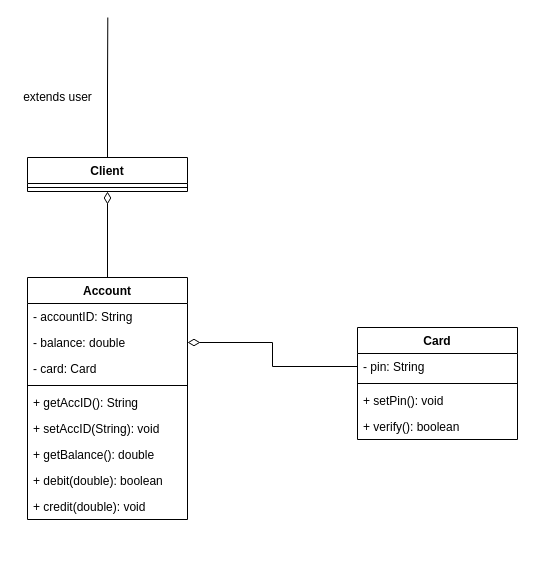
The draw.io diagram Account uml.drawio in John-Ad/prg2-group-project, before the edit. Source tidied: cells renumbered, new cells numbered last; positions are measured from the earlier drawing's top-left corner, leaving out a move shared by most shapes. Both pictures are drawn from the tidied source at 100%, with x=0, y=0 at pixel (17, 17).
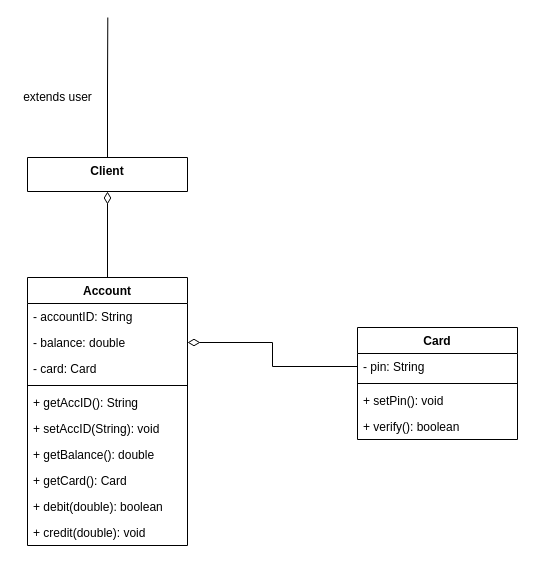
The same page after the edit.

The edit, as a diff of the source:
```diff
@@
     <mxCell id="8" value="Account" style="swimlane;fontStyle=1;align=center;verticalAlign=top;horizontal=1;startSize=26;" parent="1" vertex="1">
-      <mxGeometry x="10" y="260" width="160" height="242" as="geometry" />
+      <mxGeometry x="10" y="260" width="160" height="268" as="geometry" />
     </mxCell>
@@
+    <mxCell id="23" value="+ getCard(): Card" style="text;strokeColor=none;fillColor=none;align=left;verticalAlign=top;spacingLeft=4;spacingRight=4;overflow=hidden;" parent="8" vertex="1">
+      <mxGeometry y="190" width="160" height="26" as="geometry" />
+    </mxCell>
     <mxCell id="16" value="+ debit(double): boolean" style="text;strokeColor=none;fillColor=none;align=left;verticalAlign=top;spacingLeft=4;spacingRight=4;overflow=hidden;" parent="8" vertex="1">
-      <mxGeometry y="190" width="160" height="26" as="geometry" />
+      <mxGeometry y="216" width="160" height="26" as="geometry" />
     </mxCell>
     <mxCell id="17" value="+ credit(double): void" style="text;strokeColor=none;fillColor=none;align=left;verticalAlign=top;spacingLeft=4;spacingRight=4;overflow=hidden;" parent="8" vertex="1">
-      <mxGeometry y="216" width="160" height="26" as="geometry" />
+      <mxGeometry y="242" width="160" height="26" as="geometry" />
     </mxCell>
@@
-    <mxCell id="19" value="Client" style="swimlane;fontStyle=1;align=center;verticalAlign=top;horizontal=1;startSize=26;" parent="1" vertex="1">
+    <mxCell id="19" value="Client" style="swimlane;fontStyle=1;align=center;verticalAlign=top;horizontal=1;startSize=34;" parent="1" vertex="1">
       <mxGeometry x="10" y="140" width="160" height="34" as="geometry" />
     </mxCell>
-    <mxCell id="20" style="line;strokeWidth=1;fillColor=none;align=left;verticalAlign=middle;spacingTop=-1;spacingLeft=3;spacingRight=3;labelPosition=right;" parent="19" vertex="1">
-      <mxGeometry y="26" width="160" height="8" as="geometry" />
-    </mxCell>
```
